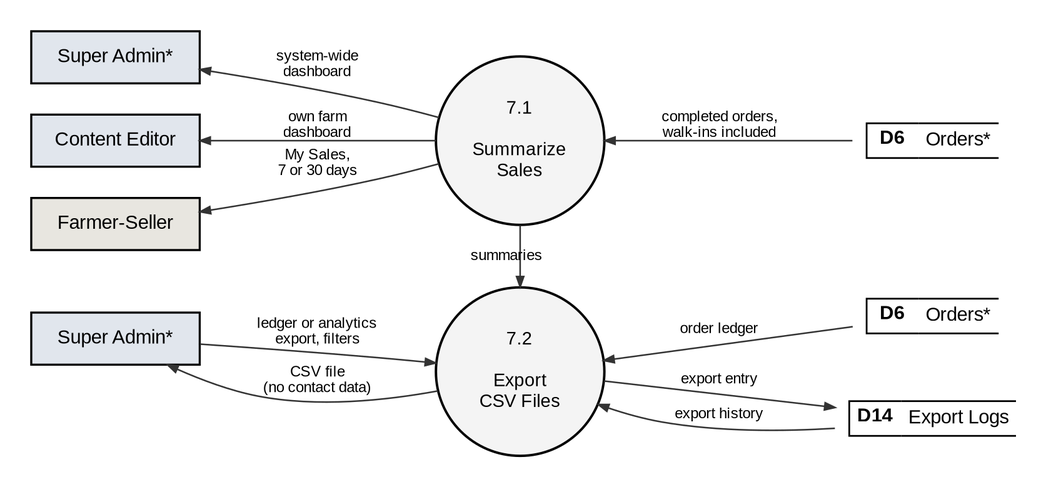
The Graphviz diagram docs/manuscript/figures/fig6_2_7_dfd_level2.png in shawncastaneda11-commits/anihow-backend, before a commit. Its source is kept beside it as docs/manuscript/figures/src/fig6_2_7_dfd_level2.dot.
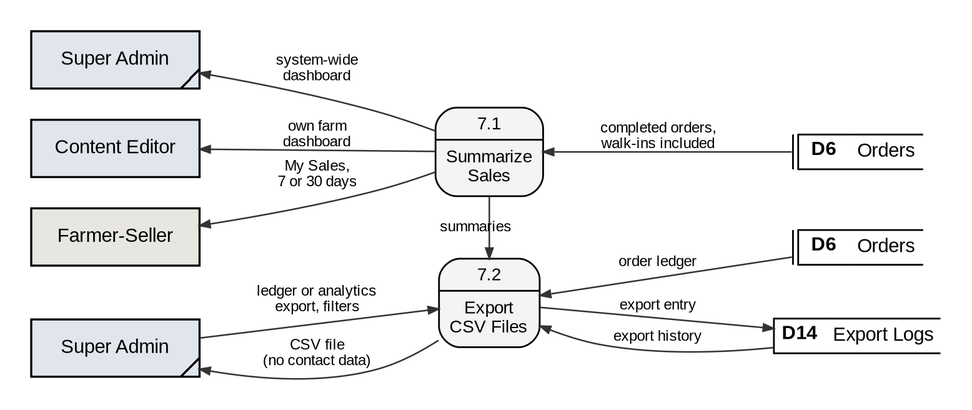
Later version of the same file.

Change to the diagram source:
```diff
@@ -2,15 +2,15 @@
   graph [rankdir=LR, nodesep=0.25, ranksep=0.9, pad=0.25, fontname="Liberation Sans", newrank=true];
   node  [fontname="Liberation Sans", fontsize=11];
   edge  [penwidth=0.9, arrowsize=0.6, color="#333333", fontname="Liberation Sans", fontsize=8.5];
-  q7a [shape=circle, style=filled, fillcolor="#F4F4F4", penwidth=1.4, fixedsize=true, width=1.35, fontsize=10.5, label="7.1\n\nSummarize\nSales"];
-  D6_q7a [shape=plaintext, label=<<TABLE BORDER="0" CELLBORDER="1" CELLSPACING="0" CELLPADDING="3"><TR><TD SIDES="TBL" WIDTH="30"><B>D6</B></TD><TD SIDES="TB" ALIGN="LEFT">Orders*</TD></TR></TABLE>>];
-  sa_q7a [shape=box, style=filled, fillcolor="#E1E6ED", penwidth=1.2, width=1.35, height=0.42, label="Super Admin*"];
-  ce_q7a [shape=box, style=filled, fillcolor="#E1E6ED", penwidth=1.2, width=1.35, height=0.42, label="Content Editor"];
-  fs_q7a [shape=box, style=filled, fillcolor="#E8E6E0", penwidth=1.2, width=1.35, height=0.42, label="Farmer-Seller"];
-  q7b [shape=circle, style=filled, fillcolor="#F4F4F4", penwidth=1.4, fixedsize=true, width=1.35, fontsize=10.5, label="7.2\n\nExport\nCSV Files"];
-  D6_q7b [shape=plaintext, label=<<TABLE BORDER="0" CELLBORDER="1" CELLSPACING="0" CELLPADDING="3"><TR><TD SIDES="TBL" WIDTH="30"><B>D6</B></TD><TD SIDES="TB" ALIGN="LEFT">Orders*</TD></TR></TABLE>>];
-  sa_q7b [shape=box, style=filled, fillcolor="#E1E6ED", penwidth=1.2, width=1.35, height=0.42, label="Super Admin*"];
-  D14_q7b [shape=plaintext, label=<<TABLE BORDER="0" CELLBORDER="1" CELLSPACING="0" CELLPADDING="3"><TR><TD SIDES="TBL" WIDTH="30"><B>D14</B></TD><TD SIDES="TB" ALIGN="LEFT">Export Logs</TD></TR></TABLE>>];
+  q7a [shape=plaintext, margin=0, width=0, height=0, label=<<TABLE STYLE="ROUNDED" BORDER="1" CELLBORDER="0" CELLSPACING="0" CELLPADDING="3" BGCOLOR="#F4F4F4"><TR><TD><FONT POINT-SIZE="10.5">7.1</FONT></TD></TR><HR/><TR><TD CELLPADDING="5"><FONT POINT-SIZE="10.5">Summarize<BR/>Sales</FONT></TD></TR></TABLE>>];
+  D6_q7a [shape=plaintext, margin=0, width=0, height=0, label=<<TABLE BORDER="0" CELLBORDER="1" CELLSPACING="0" CELLPADDING="3"><TR><TD SIDES="L" WIDTH="3" CELLPADDING="0"></TD><TD SIDES="TBL" WIDTH="30"><B>D6</B></TD><TD SIDES="TB" ALIGN="LEFT">Orders</TD></TR></TABLE>>];
+  sa_q7a [shape=box, style=filled, fillcolor="#E1E6ED", penwidth=1.2, width=1.35, height=0.46, label="Super Admin", comment="gsdup"];
+  ce_q7a [shape=box, style=filled, fillcolor="#E1E6ED", penwidth=1.2, width=1.35, height=0.46, label="Content Editor"];
+  fs_q7a [shape=box, style=filled, fillcolor="#E8E6E0", penwidth=1.2, width=1.35, height=0.46, label="Farmer-Seller"];
+  q7b [shape=plaintext, margin=0, width=0, height=0, label=<<TABLE STYLE="ROUNDED" BORDER="1" CELLBORDER="0" CELLSPACING="0" CELLPADDING="3" BGCOLOR="#F4F4F4"><TR><TD><FONT POINT-SIZE="10.5">7.2</FONT></TD></TR><HR/><TR><TD CELLPADDING="5"><FONT POINT-SIZE="10.5">Export<BR/>CSV Files</FONT></TD></TR></TABLE>>];
+  D6_q7b [shape=plaintext, margin=0, width=0, height=0, label=<<TABLE BORDER="0" CELLBORDER="1" CELLSPACING="0" CELLPADDING="3"><TR><TD SIDES="L" WIDTH="3" CELLPADDING="0"></TD><TD SIDES="TBL" WIDTH="30"><B>D6</B></TD><TD SIDES="TB" ALIGN="LEFT">Orders</TD></TR></TABLE>>];
+  sa_q7b [shape=box, style=filled, fillcolor="#E1E6ED", penwidth=1.2, width=1.35, height=0.46, label="Super Admin", comment="gsdup"];
+  D14_q7b [shape=plaintext, margin=0, width=0, height=0, label=<<TABLE BORDER="0" CELLBORDER="1" CELLSPACING="0" CELLPADDING="3"><TR><TD SIDES="TBL" WIDTH="30"><B>D14</B></TD><TD SIDES="TB" ALIGN="LEFT">Export Logs</TD></TR></TABLE>>];
   q7a -> D6_q7a [label="completed orders,\nwalk-ins included", dir=back];
   sa_q7a -> q7a [label="system-wide\ndashboard", dir=back];
   ce_q7a -> q7a [label="own farm\ndashboard", dir=back];
```
